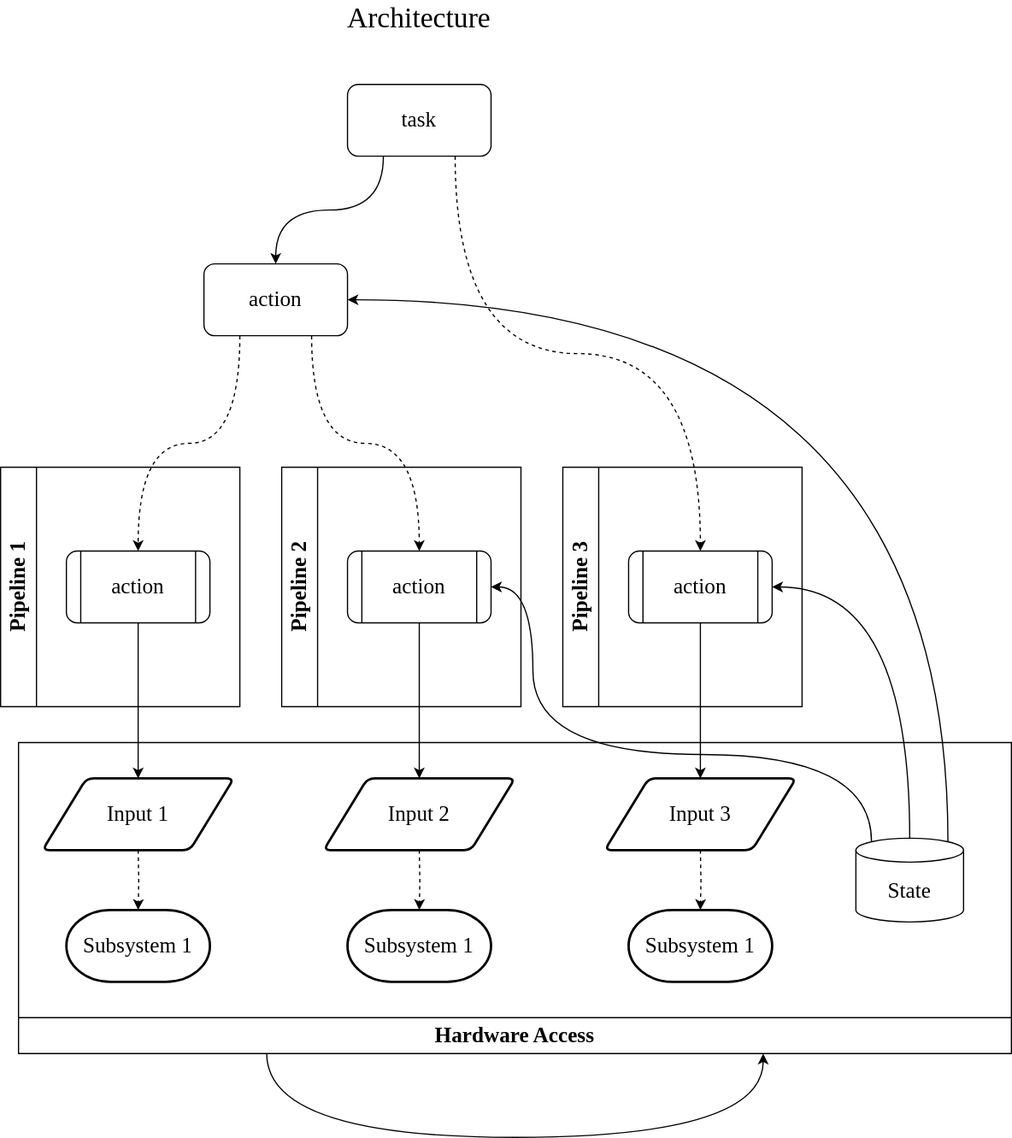
West-Robotics/19953-ScrapMetal-IntoTheDeep keeps this draw.io diagram as doc/media/concurrency-architecture-light.svg. Above is the earlier version. Source tidied: cells renumbered, new cells last; positions are measured from the earlier drawing's top-left corner, leaving out a move shared by most shapes. Source of this version:
```xml
<mxGraphModel>
  <root>
    <mxCell id="0" />
    <mxCell id="1" parent="0" />
    <mxCell id="2" style="edgeStyle=orthogonalEdgeStyle;rounded=0;jettySize=auto;html=1;exitX=0.25;exitY=1;exitDx=0;exitDy=0;entryX=0.5;entryY=0;entryDx=0;entryDy=0;curved=1;labelBackgroundColor=none;fontColor=default;" parent="1" edge="1" source="4" target="7">
      <mxGeometry relative="1" as="geometry" />
    </mxCell>
    <mxCell id="3" style="edgeStyle=orthogonalEdgeStyle;rounded=0;jettySize=auto;html=1;exitX=0.75;exitY=1;exitDx=0;exitDy=0;entryX=0.5;entryY=0;entryDx=0;entryDy=0;curved=1;dashed=1;labelBackgroundColor=none;fontColor=default;" parent="1" edge="1" source="4" target="13">
      <mxGeometry relative="1" as="geometry" />
    </mxCell>
    <mxCell id="4" value="&lt;font style=&quot;font-size: 18px;&quot; face=&quot;Comic Sans MS&quot;&gt;task&lt;/font&gt;" style="rounded=1;whiteSpace=wrap;html=1;labelBackgroundColor=none;" parent="1" vertex="1">
      <mxGeometry x="290" y="70" width="120" height="60" as="geometry" />
    </mxCell>
    <mxCell id="5" style="edgeStyle=orthogonalEdgeStyle;rounded=0;jettySize=auto;html=1;exitX=0.25;exitY=1;exitDx=0;exitDy=0;entryX=0.5;entryY=0;entryDx=0;entryDy=0;curved=1;dashed=1;labelBackgroundColor=none;fontColor=default;" parent="1" edge="1" source="7" target="9">
      <mxGeometry relative="1" as="geometry" />
    </mxCell>
    <mxCell id="6" style="edgeStyle=orthogonalEdgeStyle;rounded=0;jettySize=auto;html=1;exitX=0.75;exitY=1;exitDx=0;exitDy=0;curved=1;dashed=1;labelBackgroundColor=none;fontColor=default;" parent="1" edge="1" source="7" target="11">
      <mxGeometry relative="1" as="geometry" />
    </mxCell>
    <mxCell id="7" value="&lt;font style=&quot;font-size: 18px;&quot; face=&quot;Comic Sans MS&quot;&gt;action&lt;/font&gt;" style="rounded=1;whiteSpace=wrap;html=1;labelBackgroundColor=none;" parent="1" vertex="1">
      <mxGeometry x="170" y="220" width="120" height="60" as="geometry" />
    </mxCell>
    <mxCell id="8" value="&lt;font style=&quot;font-size: 18px;&quot; face=&quot;Comic Sans MS&quot;&gt;Pipeline 1&lt;br&gt;&lt;/font&gt;" style="swimlane;horizontal=0;whiteSpace=wrap;html=1;startSize=30;labelBackgroundColor=none;" parent="1" vertex="1">
      <mxGeometry y="390" width="200" height="200" as="geometry" />
    </mxCell>
    <mxCell id="9" value="&lt;font face=&quot;Comic Sans MS&quot; style=&quot;font-size: 18px;&quot;&gt;action&lt;/font&gt;" style="shape=process;whiteSpace=wrap;html=1;backgroundOutline=1;rounded=1;labelBackgroundColor=none;" parent="8" vertex="1">
      <mxGeometry x="55" y="70" width="120" height="60" as="geometry" />
    </mxCell>
    <mxCell id="10" value="&lt;font style=&quot;font-size: 18px;&quot; face=&quot;Comic Sans MS&quot;&gt;Pipeline 2&lt;br&gt;&lt;/font&gt;" style="swimlane;horizontal=0;whiteSpace=wrap;html=1;startSize=30;swimlaneLine=1;labelBackgroundColor=none;" parent="1" vertex="1">
      <mxGeometry x="235" y="390" width="200" height="200" as="geometry" />
    </mxCell>
    <mxCell id="11" value="&lt;font style=&quot;font-size: 18px;&quot; face=&quot;Comic Sans MS&quot;&gt;action&lt;/font&gt;" style="shape=process;whiteSpace=wrap;html=1;backgroundOutline=1;rounded=1;glass=0;shadow=0;labelBackgroundColor=none;" parent="10" vertex="1">
      <mxGeometry x="55" y="70" width="120" height="60" as="geometry" />
    </mxCell>
    <mxCell id="12" value="&lt;font style=&quot;font-size: 18px;&quot; face=&quot;Comic Sans MS&quot;&gt;Pipeline 3&lt;br&gt;&lt;/font&gt;" style="swimlane;horizontal=0;whiteSpace=wrap;html=1;startSize=30;labelBackgroundColor=none;" parent="1" vertex="1">
      <mxGeometry x="470" y="390" width="200" height="200" as="geometry" />
    </mxCell>
    <mxCell id="13" value="&lt;font style=&quot;font-size: 18px;&quot; face=&quot;Comic Sans MS&quot;&gt;action&lt;/font&gt;" style="shape=process;whiteSpace=wrap;html=1;backgroundOutline=1;rounded=1;labelBackgroundColor=none;" parent="12" vertex="1">
      <mxGeometry x="55" y="70" width="120" height="60" as="geometry" />
    </mxCell>
    <mxCell id="14" value="&lt;font style=&quot;font-size: 18px;&quot; face=&quot;Comic Sans MS&quot;&gt;Hardware Access&lt;br&gt;&lt;/font&gt;" style="swimlane;whiteSpace=wrap;html=1;direction=west;startSize=30;labelBackgroundColor=none;" parent="1" vertex="1">
      <mxGeometry x="15" y="620" width="830" height="260" as="geometry" />
    </mxCell>
    <mxCell id="15" value="&lt;font style=&quot;font-size: 18px;&quot; face=&quot;Comic Sans MS&quot;&gt;State&lt;/font&gt;" style="shape=cylinder3;whiteSpace=wrap;html=1;boundedLbl=1;backgroundOutline=1;size=10;labelBackgroundColor=none;" parent="14" vertex="1">
      <mxGeometry x="700" y="80" width="90" height="70" as="geometry" />
    </mxCell>
    <mxCell id="16" value="&lt;font style=&quot;font-size: 18px;&quot; face=&quot;Comic Sans MS&quot;&gt;Subsystem 1&lt;br&gt;&lt;/font&gt;" style="strokeWidth=2;html=1;shape=mxgraph.flowchart.terminator;whiteSpace=wrap;labelBackgroundColor=none;" parent="14" vertex="1">
      <mxGeometry x="40" y="140" width="120" height="60" as="geometry" />
    </mxCell>
    <mxCell id="17" style="edgeStyle=orthogonalEdgeStyle;rounded=0;jettySize=auto;html=1;exitX=0.5;exitY=1;exitDx=0;exitDy=0;entryX=0.5;entryY=0;entryDx=0;entryDy=0;entryPerimeter=0;dashed=1;labelBackgroundColor=none;fontColor=default;" parent="14" edge="1" target="16">
      <mxGeometry relative="1" as="geometry">
        <mxPoint x="100" y="90" as="sourcePoint" />
      </mxGeometry>
    </mxCell>
    <mxCell id="18" value="&lt;font style=&quot;font-size: 18px;&quot; face=&quot;Comic Sans MS&quot;&gt;Subsystem 1&lt;br&gt;&lt;/font&gt;" style="strokeWidth=2;html=1;shape=mxgraph.flowchart.terminator;whiteSpace=wrap;labelBackgroundColor=none;" parent="14" vertex="1">
      <mxGeometry x="510" y="140" width="120" height="60" as="geometry" />
    </mxCell>
    <mxCell id="19" value="&lt;font style=&quot;font-size: 18px;&quot; face=&quot;Comic Sans MS&quot;&gt;Subsystem 1&lt;br&gt;&lt;/font&gt;" style="strokeWidth=2;html=1;shape=mxgraph.flowchart.terminator;whiteSpace=wrap;labelBackgroundColor=none;" parent="14" vertex="1">
      <mxGeometry x="275" y="140" width="120" height="60" as="geometry" />
    </mxCell>
    <mxCell id="20" style="edgeStyle=orthogonalEdgeStyle;rounded=0;jettySize=auto;html=1;exitX=0.5;exitY=1;exitDx=0;exitDy=0;entryX=0.5;entryY=0;entryDx=0;entryDy=0;entryPerimeter=0;dashed=1;labelBackgroundColor=none;fontColor=default;" parent="14" edge="1" target="19">
      <mxGeometry relative="1" as="geometry">
        <mxPoint x="335" y="90" as="sourcePoint" />
      </mxGeometry>
    </mxCell>
    <mxCell id="21" style="edgeStyle=orthogonalEdgeStyle;rounded=0;jettySize=auto;html=1;exitX=0.5;exitY=1;exitDx=0;exitDy=0;entryX=0.5;entryY=0;entryDx=0;entryDy=0;entryPerimeter=0;dashed=1;labelBackgroundColor=none;fontColor=default;" parent="14" edge="1" target="18">
      <mxGeometry relative="1" as="geometry">
        <mxPoint x="570" y="90" as="sourcePoint" />
      </mxGeometry>
    </mxCell>
    <mxCell id="22" value="&lt;font style=&quot;font-size: 18px;&quot; face=&quot;Comic Sans MS&quot;&gt;Input 1&lt;br&gt;&lt;/font&gt;" style="shape=parallelogram;html=1;strokeWidth=2;perimeter=parallelogramPerimeter;whiteSpace=wrap;rounded=1;arcSize=12;size=0.23;labelBackgroundColor=none;" parent="14" vertex="1">
      <mxGeometry x="20" y="30" width="160" height="60" as="geometry" />
    </mxCell>
    <mxCell id="23" value="&lt;font style=&quot;font-size: 18px;&quot; face=&quot;Comic Sans MS&quot;&gt;Input 2&lt;br&gt;&lt;/font&gt;" style="shape=parallelogram;html=1;strokeWidth=2;perimeter=parallelogramPerimeter;whiteSpace=wrap;rounded=1;arcSize=12;size=0.23;labelBackgroundColor=none;" parent="14" vertex="1">
      <mxGeometry x="255" y="30" width="160" height="60" as="geometry" />
    </mxCell>
    <mxCell id="24" value="&lt;font style=&quot;font-size: 18px;&quot; face=&quot;Comic Sans MS&quot;&gt;Input 3&lt;br&gt;&lt;/font&gt;" style="shape=parallelogram;html=1;strokeWidth=2;perimeter=parallelogramPerimeter;whiteSpace=wrap;rounded=1;arcSize=12;size=0.23;labelBackgroundColor=none;" parent="14" vertex="1">
      <mxGeometry x="490" y="30" width="160" height="60" as="geometry" />
    </mxCell>
    <mxCell id="25" value="&lt;div&gt;&lt;font style=&quot;font-size: 24px;&quot; face=&quot;Comic Sans MS&quot;&gt;Architecture&lt;/font&gt;&lt;/div&gt;" style="text;html=1;align=center;verticalAlign=middle;whiteSpace=wrap;rounded=0;labelBackgroundColor=none;" parent="1" vertex="1">
      <mxGeometry x="250" width="200" height="30" as="geometry" />
    </mxCell>
    <mxCell id="26" style="edgeStyle=orthogonalEdgeStyle;rounded=0;jettySize=auto;html=1;exitX=0.5;exitY=1;exitDx=0;exitDy=0;labelBackgroundColor=none;fontColor=default;" parent="1" edge="1" source="9">
      <mxGeometry relative="1" as="geometry">
        <mxPoint x="115" y="650" as="targetPoint" />
      </mxGeometry>
    </mxCell>
    <mxCell id="27" style="edgeStyle=orthogonalEdgeStyle;rounded=0;jettySize=auto;html=1;exitX=0.5;exitY=1;exitDx=0;exitDy=0;entryX=0.5;entryY=0;entryDx=0;entryDy=0;labelBackgroundColor=none;fontColor=default;" parent="1" edge="1" source="11">
      <mxGeometry relative="1" as="geometry">
        <mxPoint x="350" y="650" as="targetPoint" />
      </mxGeometry>
    </mxCell>
    <mxCell id="28" style="edgeStyle=orthogonalEdgeStyle;rounded=0;jettySize=auto;html=1;exitX=0.5;exitY=1;exitDx=0;exitDy=0;entryX=0.5;entryY=0;entryDx=0;entryDy=0;labelBackgroundColor=none;fontColor=default;" parent="1" edge="1" source="13">
      <mxGeometry relative="1" as="geometry">
        <mxPoint x="585" y="650" as="targetPoint" />
      </mxGeometry>
    </mxCell>
    <mxCell id="29" style="edgeStyle=orthogonalEdgeStyle;rounded=0;orthogonalLoop=1;jettySize=auto;html=1;exitX=0.75;exitY=0;exitDx=0;exitDy=0;entryX=0.25;entryY=0;entryDx=0;entryDy=0;curved=1;labelBackgroundColor=none;fontColor=default;" parent="1" edge="1" source="14" target="14">
      <mxGeometry relative="1" as="geometry">
        <Array as="points">
          <mxPoint x="223" y="950" />
          <mxPoint x="638" y="950" />
        </Array>
      </mxGeometry>
    </mxCell>
    <mxCell id="30" style="edgeStyle=orthogonalEdgeStyle;rounded=0;jettySize=auto;html=1;exitX=0.855;exitY=0;exitDx=0;exitDy=2.9;exitPerimeter=0;entryX=1;entryY=0.5;entryDx=0;entryDy=0;curved=1;labelBackgroundColor=none;fontColor=default;" parent="1" edge="1" source="15" target="7">
      <mxGeometry relative="1" as="geometry">
        <Array as="points">
          <mxPoint x="792" y="250" />
        </Array>
      </mxGeometry>
    </mxCell>
    <mxCell id="31" style="edgeStyle=orthogonalEdgeStyle;rounded=0;jettySize=auto;html=1;exitX=0.145;exitY=0;exitDx=0;exitDy=2.9;exitPerimeter=0;entryX=1;entryY=0.5;entryDx=0;entryDy=0;curved=1;labelBackgroundColor=none;fontColor=default;" parent="1" edge="1" source="15" target="11">
      <mxGeometry relative="1" as="geometry">
        <Array as="points">
          <mxPoint x="728" y="630" />
          <mxPoint x="445" y="630" />
          <mxPoint x="445" y="490" />
        </Array>
      </mxGeometry>
    </mxCell>
    <mxCell id="32" style="edgeStyle=orthogonalEdgeStyle;rounded=0;jettySize=auto;html=1;exitX=0.5;exitY=0;exitDx=0;exitDy=0;exitPerimeter=0;entryX=1;entryY=0.5;entryDx=0;entryDy=0;curved=1;labelBackgroundColor=none;fontColor=default;" parent="1" edge="1" source="15" target="13">
      <mxGeometry relative="1" as="geometry" />
    </mxCell>
  </root>
</mxGraphModel>
```
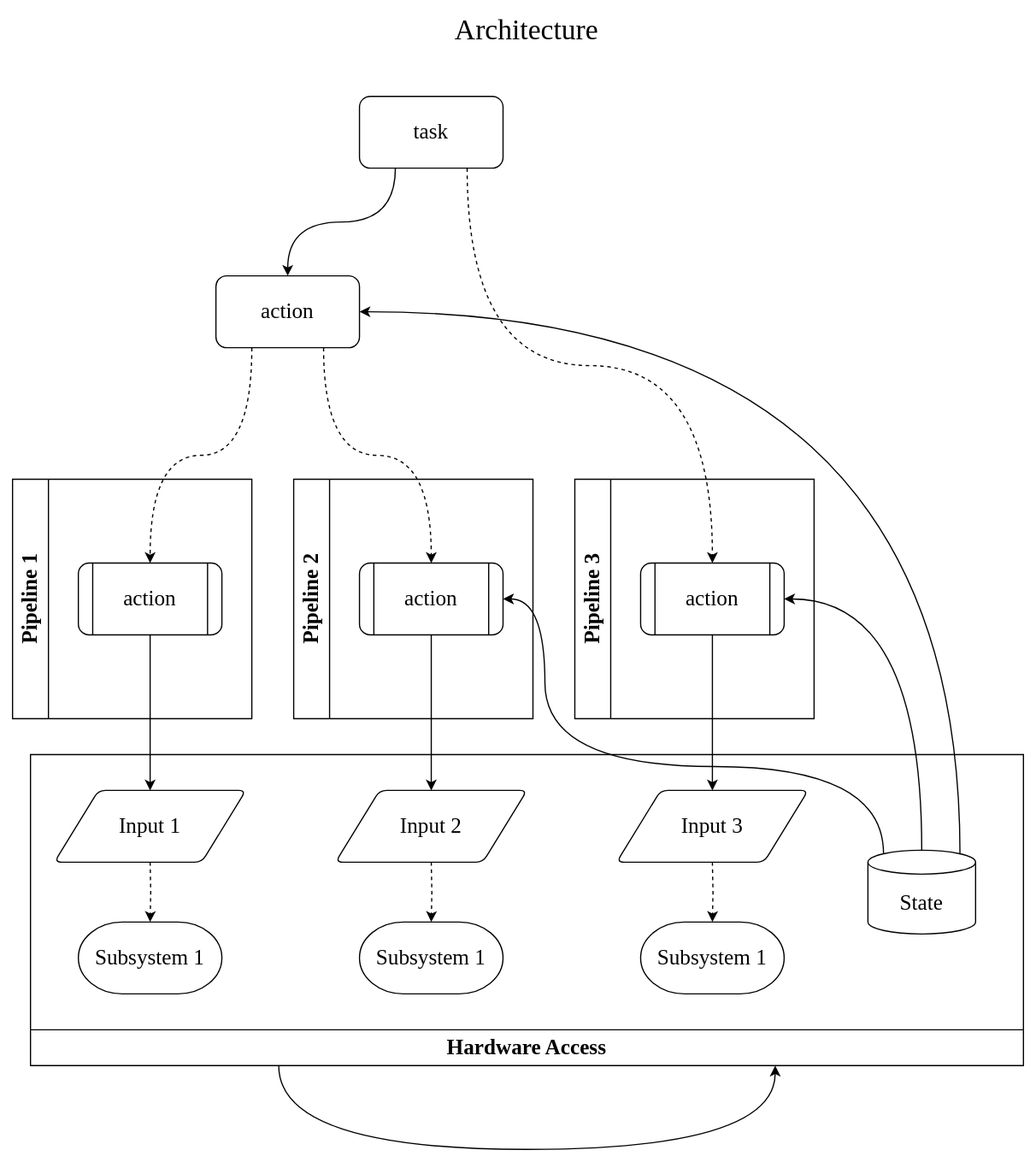
The same diagram one commit later.

Commit message:
docs: fix diagram formatting

Change to the diagram source:
```diff
@@ -44,7 +44,7 @@
     <mxCell id="15" value="&lt;font style=&quot;font-size: 18px;&quot; face=&quot;Comic Sans MS&quot;&gt;State&lt;/font&gt;" style="shape=cylinder3;whiteSpace=wrap;html=1;boundedLbl=1;backgroundOutline=1;size=10;labelBackgroundColor=none;" parent="14" vertex="1">
       <mxGeometry x="700" y="80" width="90" height="70" as="geometry" />
     </mxCell>
-    <mxCell id="16" value="&lt;font style=&quot;font-size: 18px;&quot; face=&quot;Comic Sans MS&quot;&gt;Subsystem 1&lt;br&gt;&lt;/font&gt;" style="strokeWidth=2;html=1;shape=mxgraph.flowchart.terminator;whiteSpace=wrap;labelBackgroundColor=none;" parent="14" vertex="1">
+    <mxCell id="16" value="&lt;font style=&quot;font-size: 18px;&quot; face=&quot;Comic Sans MS&quot;&gt;Subsystem 1&lt;br&gt;&lt;/font&gt;" style="strokeWidth=1;html=1;shape=mxgraph.flowchart.terminator;whiteSpace=wrap;labelBackgroundColor=none;" parent="14" vertex="1">
       <mxGeometry x="40" y="140" width="120" height="60" as="geometry" />
     </mxCell>
     <mxCell id="17" style="edgeStyle=orthogonalEdgeStyle;rounded=0;jettySize=auto;html=1;exitX=0.5;exitY=1;exitDx=0;exitDy=0;entryX=0.5;entryY=0;entryDx=0;entryDy=0;entryPerimeter=0;dashed=1;labelBackgroundColor=none;fontColor=default;" parent="14" edge="1" target="16">
@@ -52,10 +52,10 @@
         <mxPoint x="100" y="90" as="sourcePoint" />
       </mxGeometry>
     </mxCell>
-    <mxCell id="18" value="&lt;font style=&quot;font-size: 18px;&quot; face=&quot;Comic Sans MS&quot;&gt;Subsystem 1&lt;br&gt;&lt;/font&gt;" style="strokeWidth=2;html=1;shape=mxgraph.flowchart.terminator;whiteSpace=wrap;labelBackgroundColor=none;" parent="14" vertex="1">
+    <mxCell id="18" value="&lt;font style=&quot;font-size: 18px;&quot; face=&quot;Comic Sans MS&quot;&gt;Subsystem 1&lt;br&gt;&lt;/font&gt;" style="strokeWidth=1;html=1;shape=mxgraph.flowchart.terminator;whiteSpace=wrap;labelBackgroundColor=none;" parent="14" vertex="1">
       <mxGeometry x="510" y="140" width="120" height="60" as="geometry" />
     </mxCell>
-    <mxCell id="19" value="&lt;font style=&quot;font-size: 18px;&quot; face=&quot;Comic Sans MS&quot;&gt;Subsystem 1&lt;br&gt;&lt;/font&gt;" style="strokeWidth=2;html=1;shape=mxgraph.flowchart.terminator;whiteSpace=wrap;labelBackgroundColor=none;" parent="14" vertex="1">
+    <mxCell id="19" value="&lt;font style=&quot;font-size: 18px;&quot; face=&quot;Comic Sans MS&quot;&gt;Subsystem 1&lt;br&gt;&lt;/font&gt;" style="strokeWidth=1;html=1;shape=mxgraph.flowchart.terminator;whiteSpace=wrap;labelBackgroundColor=none;" parent="14" vertex="1">
       <mxGeometry x="275" y="140" width="120" height="60" as="geometry" />
     </mxCell>
     <mxCell id="20" style="edgeStyle=orthogonalEdgeStyle;rounded=0;jettySize=auto;html=1;exitX=0.5;exitY=1;exitDx=0;exitDy=0;entryX=0.5;entryY=0;entryDx=0;entryDy=0;entryPerimeter=0;dashed=1;labelBackgroundColor=none;fontColor=default;" parent="14" edge="1" target="19">
@@ -68,17 +68,17 @@
         <mxPoint x="570" y="90" as="sourcePoint" />
       </mxGeometry>
     </mxCell>
-    <mxCell id="22" value="&lt;font style=&quot;font-size: 18px;&quot; face=&quot;Comic Sans MS&quot;&gt;Input 1&lt;br&gt;&lt;/font&gt;" style="shape=parallelogram;html=1;strokeWidth=2;perimeter=parallelogramPerimeter;whiteSpace=wrap;rounded=1;arcSize=12;size=0.23;labelBackgroundColor=none;" parent="14" vertex="1">
+    <mxCell id="22" value="&lt;font style=&quot;font-size: 18px;&quot; face=&quot;Comic Sans MS&quot;&gt;Input 1&lt;br&gt;&lt;/font&gt;" style="shape=parallelogram;html=1;strokeWidth=1;perimeter=parallelogramPerimeter;whiteSpace=wrap;rounded=1;arcSize=12;size=0.23;labelBackgroundColor=none;" parent="14" vertex="1">
       <mxGeometry x="20" y="30" width="160" height="60" as="geometry" />
     </mxCell>
-    <mxCell id="23" value="&lt;font style=&quot;font-size: 18px;&quot; face=&quot;Comic Sans MS&quot;&gt;Input 2&lt;br&gt;&lt;/font&gt;" style="shape=parallelogram;html=1;strokeWidth=2;perimeter=parallelogramPerimeter;whiteSpace=wrap;rounded=1;arcSize=12;size=0.23;labelBackgroundColor=none;" parent="14" vertex="1">
+    <mxCell id="23" value="&lt;font style=&quot;font-size: 18px;&quot; face=&quot;Comic Sans MS&quot;&gt;Input 2&lt;br&gt;&lt;/font&gt;" style="shape=parallelogram;html=1;strokeWidth=1;perimeter=parallelogramPerimeter;whiteSpace=wrap;rounded=1;arcSize=12;size=0.23;labelBackgroundColor=none;" parent="14" vertex="1">
       <mxGeometry x="255" y="30" width="160" height="60" as="geometry" />
     </mxCell>
-    <mxCell id="24" value="&lt;font style=&quot;font-size: 18px;&quot; face=&quot;Comic Sans MS&quot;&gt;Input 3&lt;br&gt;&lt;/font&gt;" style="shape=parallelogram;html=1;strokeWidth=2;perimeter=parallelogramPerimeter;whiteSpace=wrap;rounded=1;arcSize=12;size=0.23;labelBackgroundColor=none;" parent="14" vertex="1">
+    <mxCell id="24" value="&lt;font style=&quot;font-size: 18px;&quot; face=&quot;Comic Sans MS&quot;&gt;Input 3&lt;br&gt;&lt;/font&gt;" style="shape=parallelogram;html=1;strokeWidth=1;perimeter=parallelogramPerimeter;whiteSpace=wrap;rounded=1;arcSize=12;size=0.23;labelBackgroundColor=none;" parent="14" vertex="1">
       <mxGeometry x="490" y="30" width="160" height="60" as="geometry" />
     </mxCell>
     <mxCell id="25" value="&lt;div&gt;&lt;font style=&quot;font-size: 24px;&quot; face=&quot;Comic Sans MS&quot;&gt;Architecture&lt;/font&gt;&lt;/div&gt;" style="text;html=1;align=center;verticalAlign=middle;whiteSpace=wrap;rounded=0;labelBackgroundColor=none;" parent="1" vertex="1">
-      <mxGeometry x="250" width="200" height="30" as="geometry" />
+      <mxGeometry x="330" width="200" height="30" as="geometry" />
     </mxCell>
     <mxCell id="26" style="edgeStyle=orthogonalEdgeStyle;rounded=0;jettySize=auto;html=1;exitX=0.5;exitY=1;exitDx=0;exitDy=0;labelBackgroundColor=none;fontColor=default;" parent="1" edge="1" source="9">
       <mxGeometry relative="1" as="geometry">
```
